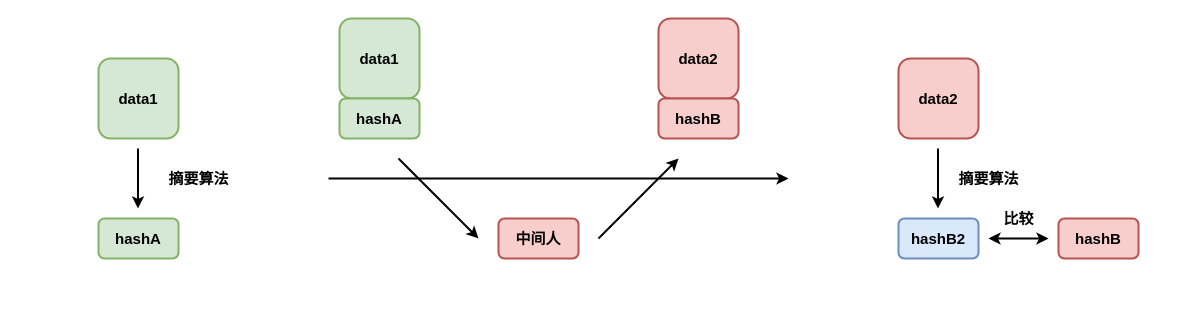
Above: net/security-1.drawio in donscoco/diagrams (draw.io), before the change. Source tidied: cells renumbered, new cells numbered last; positions are measured from the earlier drawing's top-left corner, leaving out a move shared by most shapes. Both pictures are drawn from the tidied source at 100%, with x=0, y=0 at pixel (98, 18).
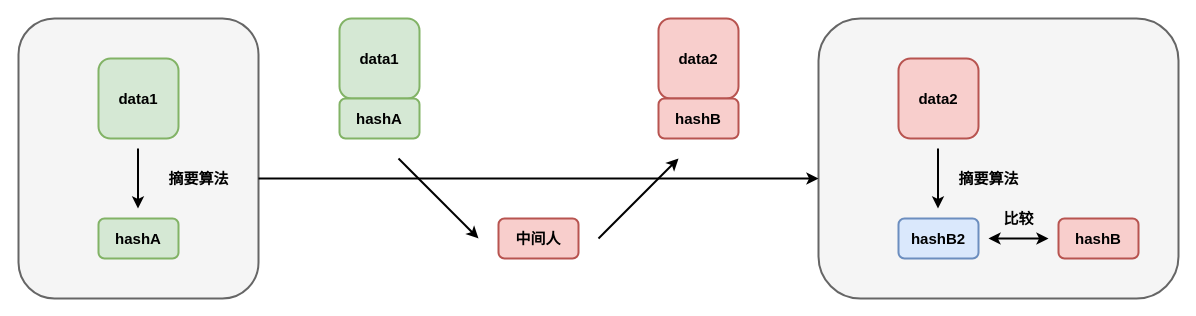
Above is the later version.

Diff of the diagram source:
```diff
@@
+    <mxCell id="21" style="rounded=1;whiteSpace=wrap;html=1;strokeWidth=2;fillWeight=4;hachureGap=8;hachureAngle=45;fillColor=#f5f5f5;strokeColor=#666666;fontSize=15;fontStyle=1;fontColor=#333333;" parent="1" vertex="1">
+      <mxGeometry x="720" width="360" height="280" as="geometry" />
+    </mxCell>
+    <mxCell id="22" style="rounded=1;whiteSpace=wrap;html=1;strokeWidth=2;fillWeight=4;hachureGap=8;hachureAngle=45;fillColor=#f5f5f5;strokeColor=#666666;fontSize=15;fontStyle=1;fontColor=#333333;" parent="1" vertex="1">
+      <mxGeometry x="-80" width="240" height="280" as="geometry" />
+    </mxCell>
@@
     <mxCell id="6" style="endArrow=classic;html=1;rounded=0;strokeWidth=2;fontSize=15;" parent="1" edge="1">
       <mxGeometry relative="1" as="geometry">
-        <mxPoint x="230" y="160" as="sourcePoint" />
-        <mxPoint x="690" y="160" as="targetPoint" />
+        <mxPoint x="160" y="160" as="sourcePoint" />
+        <mxPoint x="720" y="160" as="targetPoint" />
       </mxGeometry>
     </mxCell>
```
